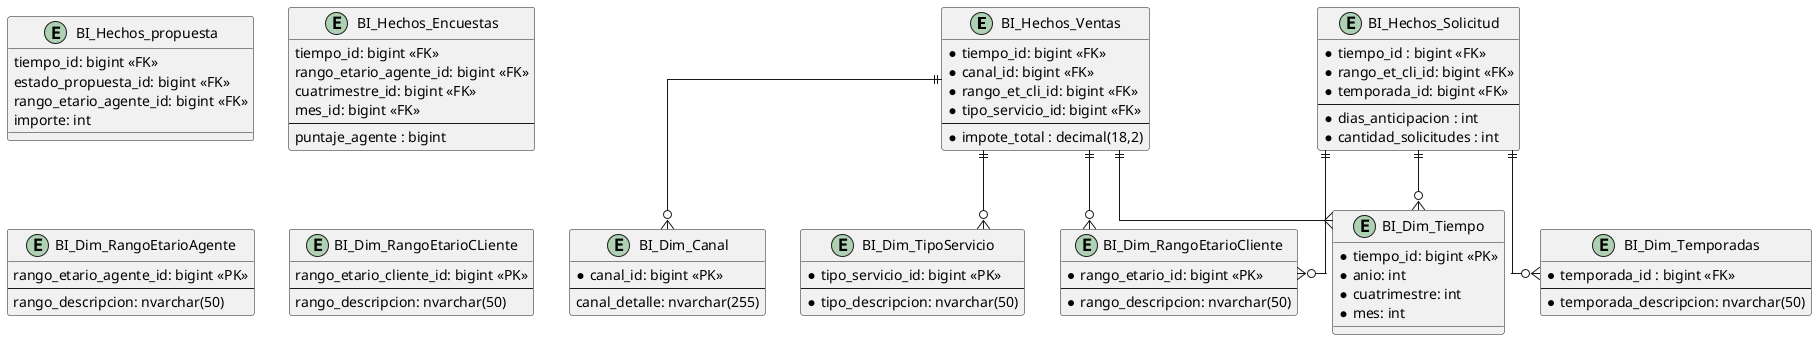
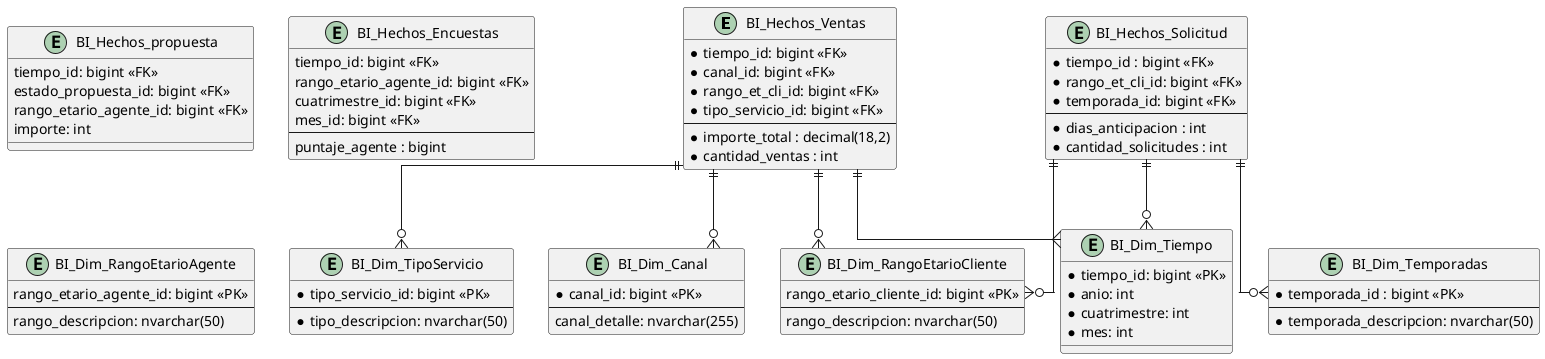
@startuml
'https://plantuml.com/class-diagram

' Configuración para que las líneas sean rectas
skinparam Linetype ortho
'https://plantuml.com/class-diagram

' ===============================
' HECHO VENTAS
' ===============================


entity BI_Hechos_Ventas {
    * tiempo_id: bigint <<FK>>
    * canal_id: bigint <<FK>>
    * rango_et_cli_id: bigint <<FK>>
    * tipo_servicio_id: bigint <<FK>>
    --
-     *impote_total : decimal(18,2)
+     * importe_total : decimal(18,2)
+     * cantidad_ventas : int
}

' ===============================
' HECHO Solicitud
' ===============================


entity BI_Hechos_Solicitud{
    * tiempo_id : bigint <<FK>>
    * rango_et_cli_id: bigint <<FK>>
    * temporada_id: bigint <<FK>>
    --
    * dias_anticipacion : int
    * cantidad_solicitudes : int
}



' ===============================
' HECHO Propuesta
' ===============================


entity BI_Hechos_propuesta{
    tiempo_id: bigint <<FK>>
    estado_propuesta_id: bigint <<FK>>
    rango_etario_agente_id: bigint <<FK>>
    importe: int
}



' ===============================
' HECHO Encuesta
' ===============================

entity BI_Hechos_Encuestas{
    tiempo_id: bigint <<FK>>
    rango_etario_agente_id: bigint <<FK>>
    cuatrimestre_id: bigint <<FK>>
    mes_id: bigint <<FK>>
    --
    puntaje_agente : bigint
}

entity BI_Dim_Tiempo {
    * tiempo_id: bigint <<PK>>
    * anio: int
    * cuatrimestre: int
    * mes: int
}

entity BI_Dim_Canal {
    * canal_id: bigint <<PK>>
    --
    canal_detalle: nvarchar(255)
}

entity BI_Dim_RangoEtarioAgente{
    rango_etario_agente_id: bigint <<PK>>
    --
    rango_descripcion: nvarchar(50)
}

- entity BI_Dim_RangoEtarioCLiente{
+ entity BI_Dim_RangoEtarioCliente{
    rango_etario_cliente_id: bigint <<PK>>
    --
    rango_descripcion: nvarchar(50)
}

entity BI_Dim_TipoServicio {
    * tipo_servicio_id: bigint <<PK>>
    --
    * tipo_descripcion: nvarchar(50)
}

- entity BI_Dim_RangoEtarioCliente {
-     * rango_etario_id: bigint <<PK>>
-     --
-     * rango_descripcion: nvarchar(50)
- }

entity BI_Dim_Temporadas{
-     * temporada_id : bigint <<FK>>
+     * temporada_id : bigint <<PK>>
    --
    * temporada_descripcion: nvarchar(50)
}


BI_Hechos_Ventas ||--{ BI_Dim_Tiempo
BI_Hechos_Ventas ||--o{ BI_Dim_RangoEtarioCliente
BI_Hechos_Ventas ||--o{ BI_Dim_Canal
BI_Hechos_Ventas||--o{ BI_Dim_TipoServicio


BI_Hechos_Solicitud ||--o{ BI_Dim_Tiempo
BI_Hechos_Solicitud ||--o{ BI_Dim_RangoEtarioCliente
BI_Hechos_Solicitud ||--o{BI_Dim_Temporadas


@enduml
